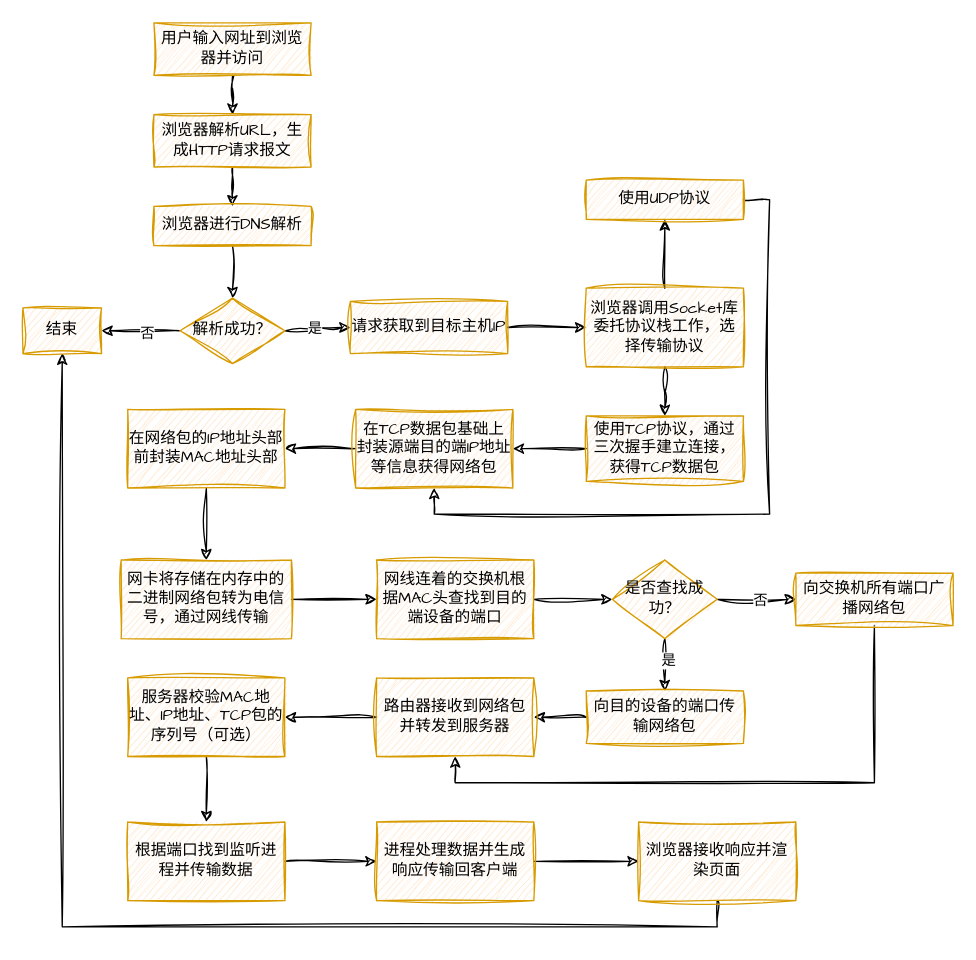
Earlier version of the draw.io diagram 未命名绘图.drawio (wensionblao/wensionblao). Source tidied: cells renumbered, new cells numbered last; positions are measured from the earlier drawing's top-left corner, leaving out a move shared by most shapes. Both pictures are drawn from the tidied source at 131%, with x=0, y=0 at pixel (22, 22).
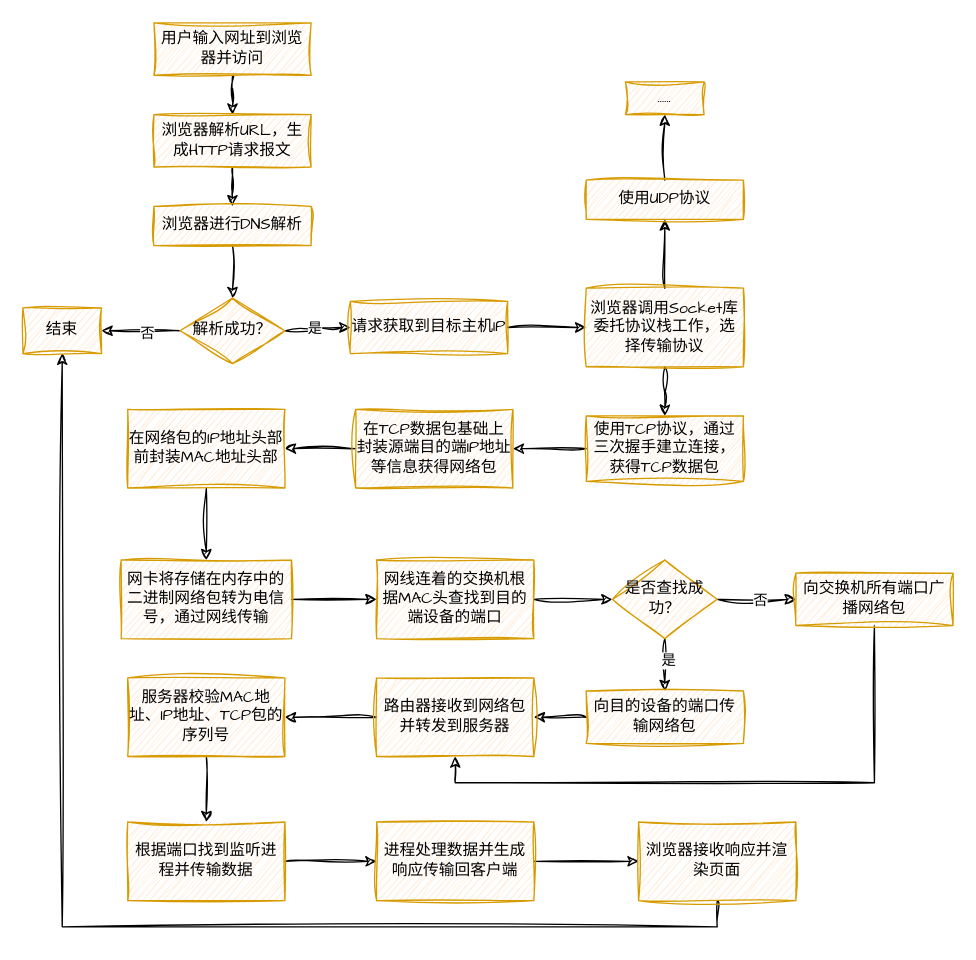
After the change.

Commit message:
访问网页流程.drawio

The change refers to these unchanged cells:
```xml
<mxCell id="20" value="使用UDP协议" style="whiteSpace=wrap;html=1;fontFamily=Comic Sans MS;fillColor=#ffe6cc;strokeColor=#d79b00;rounded=0;glass=0;strokeWidth=1;shadow=0;sketch=1;curveFitting=1;jiggle=2;" parent="1" vertex="1">
  <mxGeometry x="430" y="120" width="120" height="30" as="geometry" />
</mxCell>
<mxCell id="24" value="在TCP数据包基础上封装源端目的端IP地址等信息获得网络包" style="whiteSpace=wrap;html=1;fontFamily=Comic Sans MS;fillColor=#ffe6cc;strokeColor=#d79b00;rounded=0;glass=0;strokeWidth=1;shadow=0;sketch=1;curveFitting=1;jiggle=2;" parent="1" vertex="1">
  <mxGeometry x="254" y="295" width="120" height="60" as="geometry" />
</mxCell>
```

What changed in the source:
```diff
@@
-    <mxCell id="19" style="edgeStyle=orthogonalEdgeStyle;rounded=0;jettySize=auto;html=1;exitX=1;exitY=0.5;exitDx=0;exitDy=0;entryX=0.5;entryY=1;entryDx=0;entryDy=0;sketch=1;curveFitting=1;jiggle=2;" parent="1" edge="1" source="20" target="24">
-      <mxGeometry relative="1" as="geometry" />
-    </mxCell>
+    <mxCell id="50" style="edgeStyle=orthogonalEdgeStyle;rounded=0;jettySize=auto;html=1;sketch=1;curveFitting=1;jiggle=2;" parent="1" edge="1" source="20" target="51">
+      <mxGeometry relative="1" as="geometry" />
+    </mxCell>
@@
-    <mxCell id="43" value="服务器校验MAC地址、IP地址、TCP包的序列号（可选）" style="whiteSpace=wrap;html=1;fontFamily=Comic Sans MS;fillColor=#ffe6cc;strokeColor=#d79b00;rounded=0;glass=0;strokeWidth=1;shadow=0;sketch=1;curveFitting=1;jiggle=2;" parent="1" vertex="1">
+    <mxCell id="43" value="服务器校验MAC地址、IP地址、TCP包的序列号" style="whiteSpace=wrap;html=1;fontFamily=Comic Sans MS;fillColor=#ffe6cc;strokeColor=#d79b00;rounded=0;glass=0;strokeWidth=1;shadow=0;sketch=1;curveFitting=1;jiggle=2;" parent="1" vertex="1">
       <mxGeometry x="80" y="500" width="120" height="60" as="geometry" />
     </mxCell>
@@
+    <mxCell id="51" value="......" style="whiteSpace=wrap;html=1;fontFamily=Comic Sans MS;fillColor=#ffe6cc;strokeColor=#d79b00;rounded=0;glass=0;strokeWidth=1;shadow=0;sketch=1;curveFitting=1;jiggle=2;" parent="1" vertex="1">
+      <mxGeometry x="460" y="45" width="60" height="25" as="geometry" />
+    </mxCell>
```
